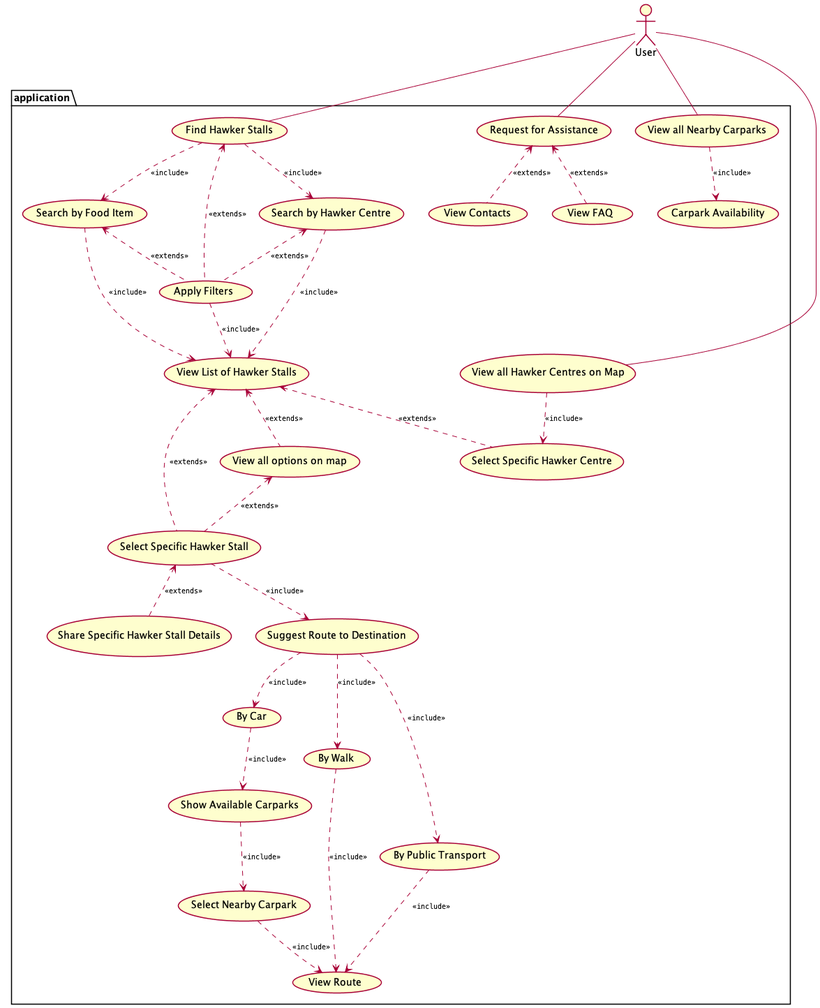
charlotteteo/craapy_swe_project keeps this PlantUML diagram as out/Use_Case_Diagram/use_case_diagram copy/use_case_diagram copy.png. Above is the earlier version. Its diagram source:
```plantuml
@startuml
skinparam Shadowing false

skinparam ArrowFontStyle normal
skinparam ArrowFontName Courier
skinparam ArrowFontSize 10


:User: as U
package application{
U -- (Find Hawker Stalls)
U -- (Request for Assistance)
(Request for Assistance)<..(View FAQ):<<extends>>
(Request for Assistance)<..(View Contacts):<<extends>>
(Find Hawker Stalls)<.. (Apply Filters):<<extends>>
(Find Hawker Stalls)..> (Search by Food Item): <<include>>
(Find Hawker Stalls)..> (Search by Hawker Centre): <<include>>
(Search by Hawker Centre)<..(Apply Filters): <<extends>>
(Search by Food Item)<..(Apply Filters): <<extends>>
(Search by Hawker Centre)..>(View List of Hawker Stalls):  <<include>>
(Apply Filters)..> (View List of Hawker Stalls): <<include>>
(Search by Food Item)..> (View List of Hawker Stalls): <<include>>
(View List of Hawker Stalls) <.. (Select Specific Hawker Stall): <<extends>>
(View List of Hawker Stalls) <.. (Select Specific Hawker Centre): <<extends>>
(View List of Hawker Stalls)<..(View all options on map): <<extends>>
(View all options on map)<.. (Select Specific Hawker Stall): <<extends>>
U -- (View all Nearby Carparks)
(View all Nearby Carparks) ..> (Carpark Availability): <<include>>
U --(View all Hawker Centres on Map)
(View all Hawker Centres on Map) ..> (Select Specific Hawker Centre): <<include>>
(Select Specific Hawker Stall)<.. (Share Specific Hawker Stall Details): <<extends>>
(Select Specific Hawker Stall)..> (Suggest Route to Destination):<<include>>
(Suggest Route to Destination)..>(By Car):<<include>>
(Suggest Route to Destination) ..> (By Walk):<<include>>
(Suggest Route to Destination)..> (By Public Transport):<<include>>
(By Car)..> (Show Available Carparks):<<include>>
(Show Available Carparks)..> (Select Nearby Carpark): <<include>>
(By Public Transport) ..> (View Route):<<include>>
(Select Nearby Carpark)..> (View Route):<<include>>
(By Walk)..> (View Route):<<include>>
}
@enduml
```
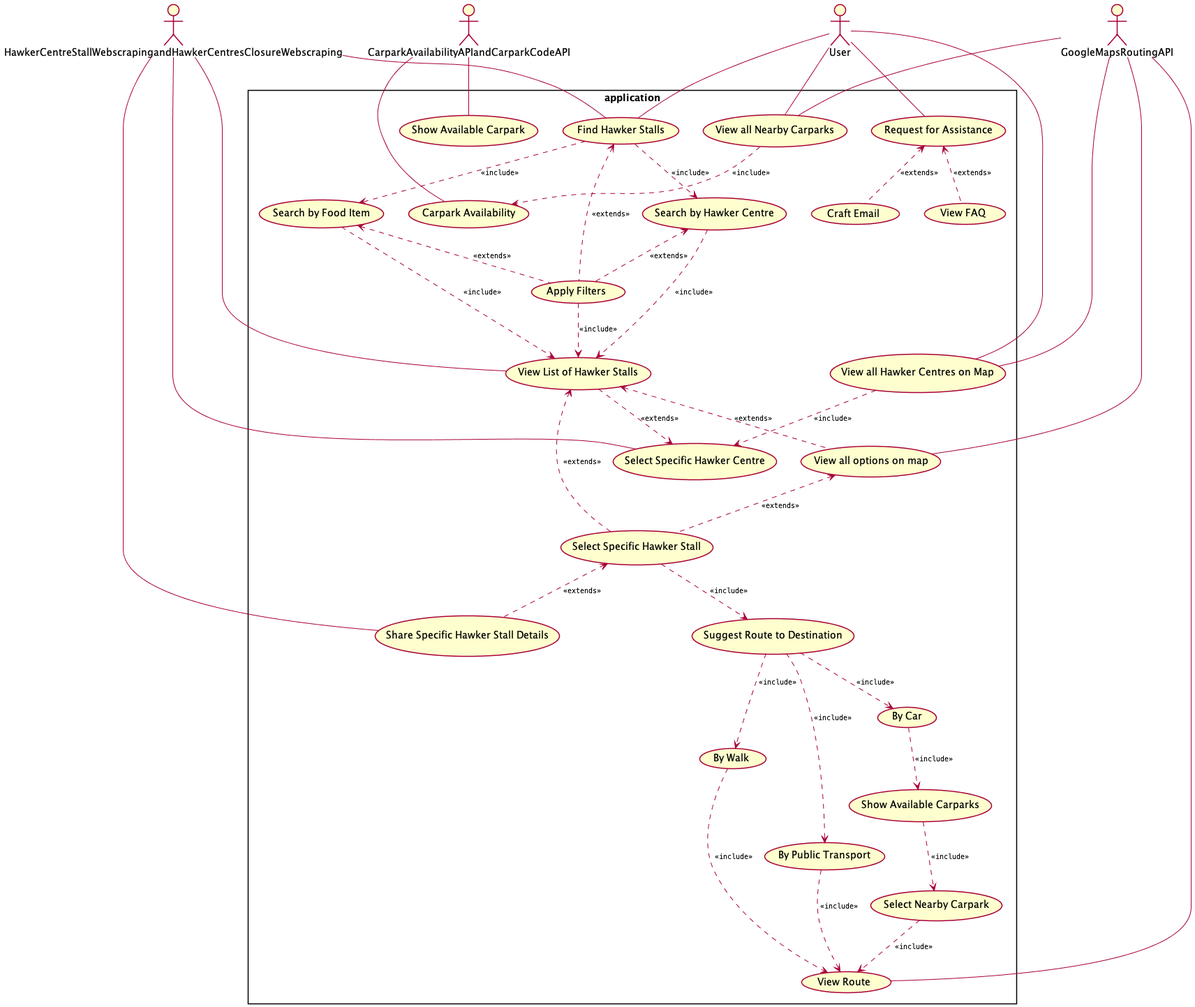
Above is the later version.

What changed in the source:
```diff
@@ -1,17 +1,25 @@
 @startuml
+
+skinparam packageStyle rectangle
 skinparam Shadowing false
 
 skinparam ArrowFontStyle normal
 skinparam ArrowFontName Courier
 skinparam ArrowFontSize 10
 
+:User: as U
+:GoogleMapsRoutingAPI: as GoogleMapsRoutingAPI
+:CarparkAvailabilityAPIandCarparkCodeAPI: as CarparkAvailabilityAPIandCarparkCodeAPI
+:HawkerCentreStallWebscrapingandHawkerCentresClosureWebscraping: as HawkerCentreStallWebscrapingHawkerCentresClosureWebscraping
 
-:User: as U
-package application{
+
+
+
+rectangle application{
 U -- (Find Hawker Stalls)
 U -- (Request for Assistance)
 (Request for Assistance)<..(View FAQ):<<extends>>
-(Request for Assistance)<..(View Contacts):<<extends>>
+(Request for Assistance)<..(Craft Email):<<extends>>
 (Find Hawker Stalls)<.. (Apply Filters):<<extends>>
 (Find Hawker Stalls)..> (Search by Food Item): <<include>>
 (Find Hawker Stalls)..> (Search by Hawker Centre): <<include>>
@@ -21,7 +29,7 @@
 (Apply Filters)..> (View List of Hawker Stalls): <<include>>
 (Search by Food Item)..> (View List of Hawker Stalls): <<include>>
 (View List of Hawker Stalls) <.. (Select Specific Hawker Stall): <<extends>>
-(View List of Hawker Stalls) <.. (Select Specific Hawker Centre): <<extends>>
+(View List of Hawker Stalls) ..> (Select Specific Hawker Centre): <<extends>>
 (View List of Hawker Stalls)<..(View all options on map): <<extends>>
 (View all options on map)<.. (Select Specific Hawker Stall): <<extends>>
 U -- (View all Nearby Carparks)
@@ -38,5 +46,25 @@
 (By Public Transport) ..> (View Route):<<include>>
 (Select Nearby Carpark)..> (View Route):<<include>>
 (By Walk)..> (View Route):<<include>>
+
+GoogleMapsRoutingAPI -- (View all options on map)
+GoogleMapsRoutingAPI -- (View all Hawker Centres on Map)
+GoogleMapsRoutingAPI -- (View Route)
+GoogleMapsRoutingAPI -- (View all Nearby Carparks)
+CarparkAvailabilityAPIandCarparkCodeAPI-- (Carpark Availability)
+CarparkAvailabilityAPIandCarparkCodeAPI-- (Show Available Carpark)
+
+HawkerCentreStallWebscrapingHawkerCentresClosureWebscraping-- (Find Hawker Stalls)
+HawkerCentreStallWebscrapingHawkerCentresClosureWebscraping-- (View List of Hawker Stalls)
+HawkerCentreStallWebscrapingHawkerCentresClosureWebscraping-- (Share Specific Hawker Stall Details)
+HawkerCentreStallWebscrapingHawkerCentresClosureWebscraping-- (Select Specific Hawker Centre)
+
+
+
+
+
 }
+
+
+
 @enduml
```
